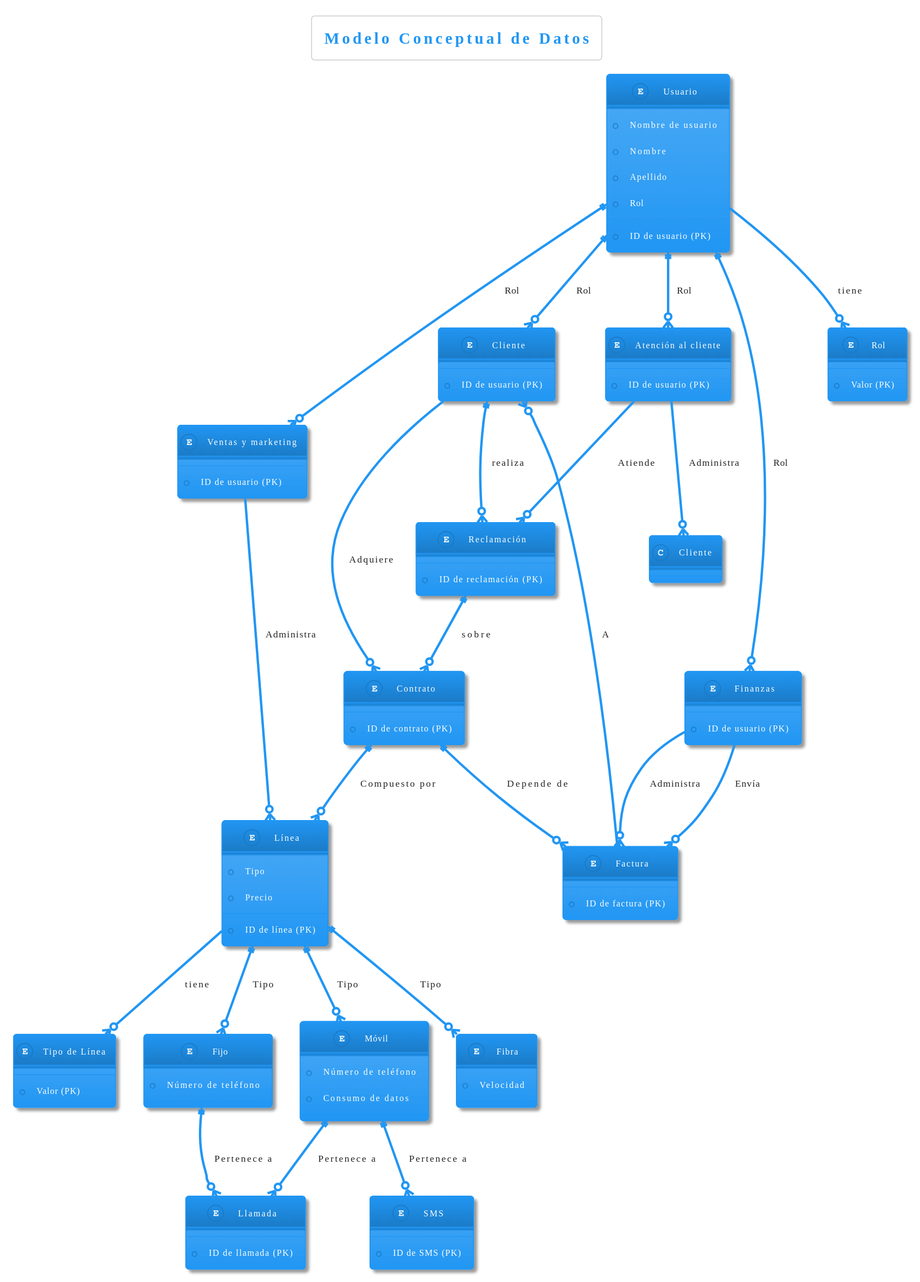
Above: docs/diagrams/ConceptualDataModel.svg in davidbp10/iw2023-2024-MovilUCA (PlantUML), before the change.
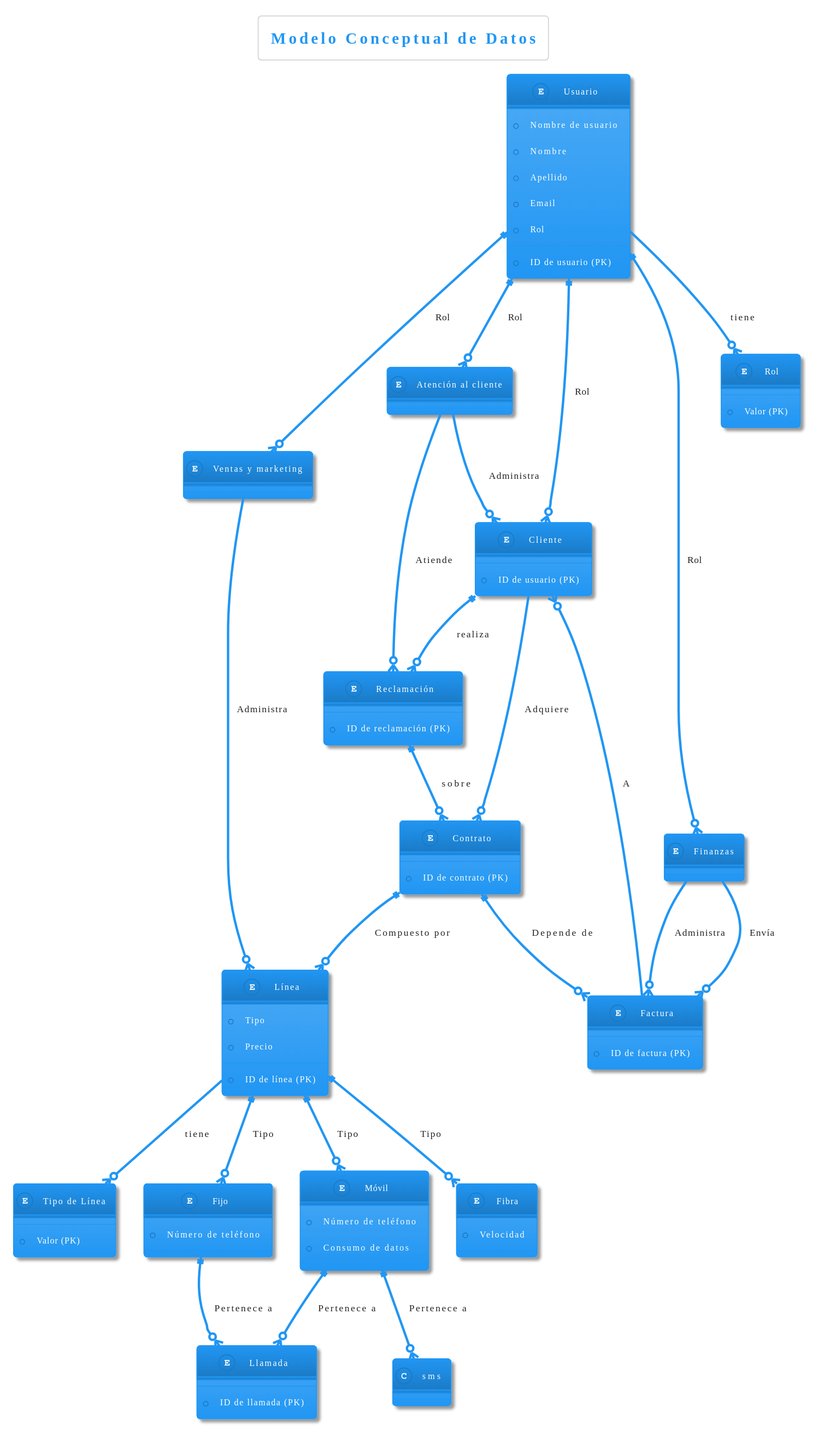
The same diagram one commit later.

Diff of the diagram source:
```diff
@@ -6,6 +6,7 @@
   + Nombre de usuario
   + Nombre
   + Apellido
+  + Email
   + Rol
 }
 
@@ -14,15 +15,12 @@
 }
 
 entity "Ventas y marketing" as ventasMarketing {
-  + ID de usuario (PK)
 }
 
 entity "Atención al cliente" as atencionCliente {
-  + ID de usuario (PK)
 }
 
 entity "Finanzas" as finanzas {
-  + ID de usuario (PK)
 }
 
 entity "Rol" as rol {
@@ -64,10 +62,6 @@
   + ID de llamada (PK)
 }
 
-entity "SMS" as sms {
-  + ID de SMS (PK)
-}
-
 entity "Reclamación" as reclamacion {
   + ID de reclamación (PK)
 }
@@ -76,6 +70,7 @@
 usuario ||--o{ ventasMarketing : Rol
 usuario ||--o{ atencionCliente : Rol
 usuario ||--o{ finanzas : Rol
+
 
 usuario --o{ rol : tiene
 linea --o{ tipoLinea : tiene
@@ -92,7 +87,7 @@
 fijo ||--o{ llamada : Pertenece a
 
 ventasMarketing --o{ linea: Administra
-atencionCliente --o{ Cliente: Administra
+atencionCliente --o{ cliente: Administra
 atencionCliente --o{ reclamacion: Atiende
 finanzas --o{ factura: Administra
 finanzas --o{ factura: Envía
```
